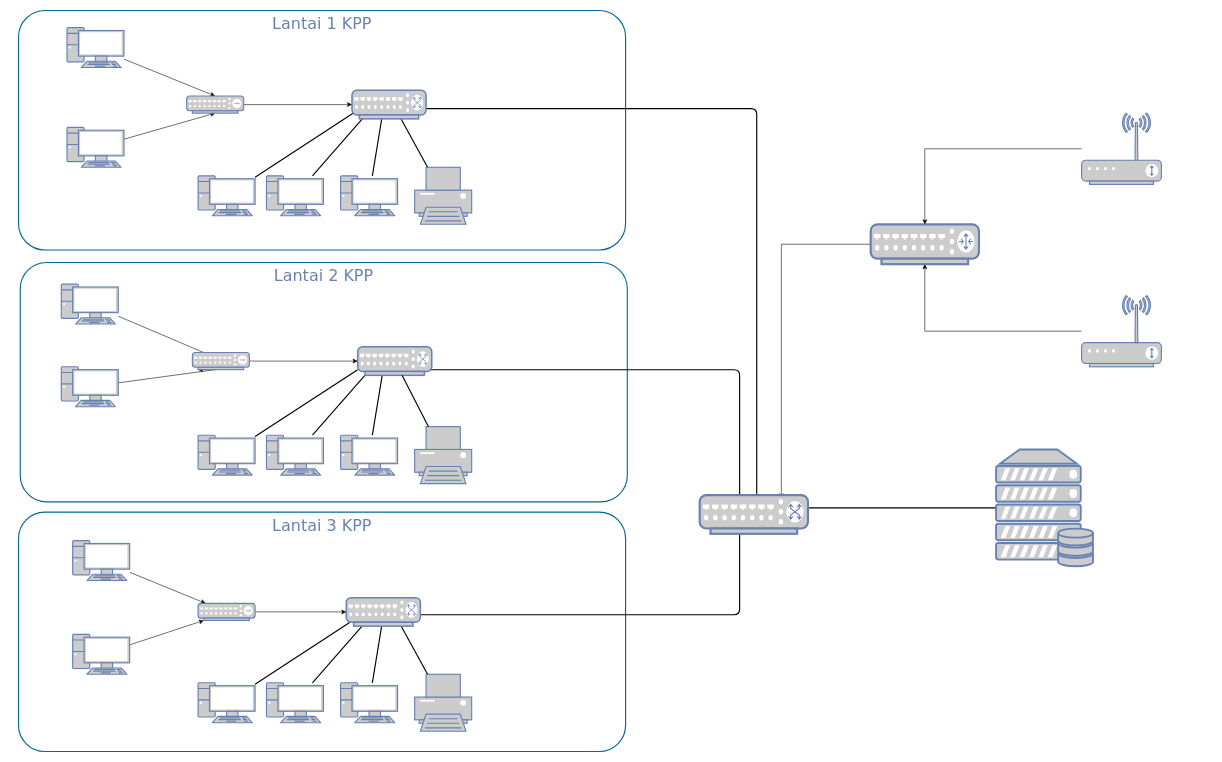
bochill/gites keeps this draw.io diagram as Untitled Diagram.drawio. Above is the earlier version. Source tidied: cells renumbered, new cells numbered last; positions are measured from the earlier drawing's top-left corner, leaving out a move shared by most shapes. Both pictures are drawn from the tidied source at 57%, with x=0, y=0 at pixel (18, 10).
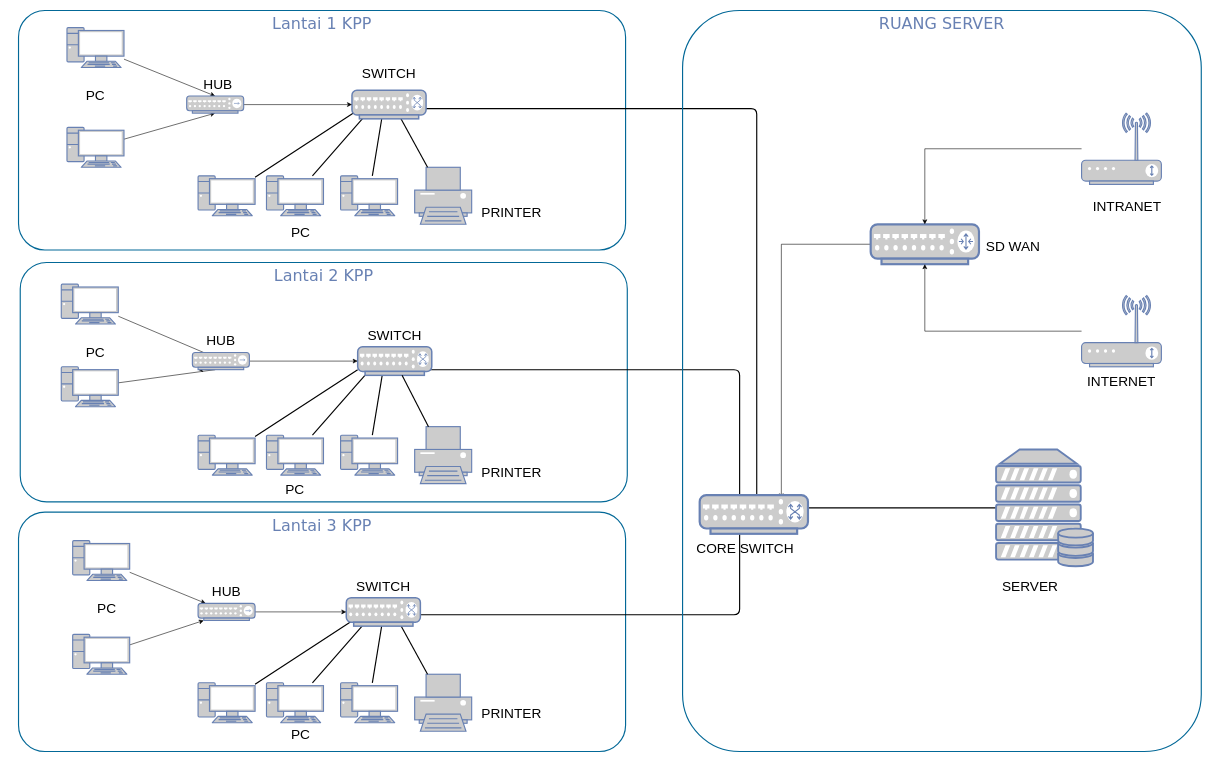
The same page after the edit.

Diff of the diagram source:
```diff
@@
+    <mxCell id="63" value="&lt;font style=&quot;font-size: 24px;&quot;&gt;CORE SWITCH&lt;/font&gt;" style="text;html=1;strokeColor=none;fillColor=none;align=center;verticalAlign=middle;whiteSpace=wrap;overflow=hidden;" parent="1" vertex="1">
+      <mxGeometry x="1125" y="909.4" width="300" height="70" as="geometry" />
+    </mxCell>
+    <mxCell id="64" value="&lt;font style=&quot;font-size: 24px;&quot;&gt;PRINTER&lt;/font&gt;" style="text;html=1;strokeColor=none;fillColor=none;align=center;verticalAlign=middle;whiteSpace=wrap;overflow=hidden;" parent="1" vertex="1">
+      <mxGeometry x="715" y="323.8" width="300" height="60.6" as="geometry" />
+    </mxCell>
+    <mxCell id="65" value="&lt;font style=&quot;font-size: 24px;&quot;&gt;SD WAN&lt;/font&gt;" style="text;html=1;strokeColor=none;fillColor=none;align=center;verticalAlign=middle;whiteSpace=wrap;overflow=hidden;" parent="1" vertex="1">
+      <mxGeometry x="1595" y="384.4" width="300" height="60.6" as="geometry" />
+    </mxCell>
+    <mxCell id="66" value="&lt;font style=&quot;font-size: 24px;&quot;&gt;INTRANET&lt;/font&gt;" style="text;html=1;strokeColor=none;fillColor=none;align=center;verticalAlign=middle;whiteSpace=wrap;overflow=hidden;" parent="1" vertex="1">
+      <mxGeometry x="1795" y="314.4" width="300" height="60.6" as="geometry" />
+    </mxCell>
+    <mxCell id="67" value="&lt;font style=&quot;font-size: 24px;&quot;&gt;INTERNET&lt;/font&gt;" style="text;html=1;strokeColor=none;fillColor=none;align=center;verticalAlign=middle;whiteSpace=wrap;overflow=hidden;" parent="1" vertex="1">
+      <mxGeometry x="1785" y="621.7" width="300" height="60.6" as="geometry" />
+    </mxCell>
+    <mxCell id="68" value="&lt;font style=&quot;font-size: 24px;&quot;&gt;SERVER&lt;/font&gt;" style="text;html=1;strokeColor=none;fillColor=none;align=center;verticalAlign=middle;whiteSpace=wrap;overflow=hidden;" parent="1" vertex="1">
+      <mxGeometry x="1625" y="979.4" width="300" height="60.6" as="geometry" />
+    </mxCell>
+    <mxCell id="69" value="&lt;font style=&quot;font-size: 24px;&quot;&gt;PC&lt;/font&gt;" style="text;html=1;strokeColor=none;fillColor=none;align=center;verticalAlign=middle;whiteSpace=wrap;overflow=hidden;" parent="1" vertex="1">
+      <mxGeometry x="345" y="360" width="300" height="60.6" as="geometry" />
+    </mxCell>
+    <mxCell id="70" value="&lt;font style=&quot;font-size: 24px;&quot;&gt;HUB&lt;/font&gt;" style="text;html=1;strokeColor=none;fillColor=none;align=center;verticalAlign=middle;whiteSpace=wrap;overflow=hidden;" parent="1" vertex="1">
+      <mxGeometry x="200" y="100" width="300" height="60.6" as="geometry" />
+    </mxCell>
+    <mxCell id="71" value="&lt;font style=&quot;font-size: 24px;&quot;&gt;SWITCH&lt;/font&gt;" style="text;html=1;strokeColor=none;fillColor=none;align=center;verticalAlign=middle;whiteSpace=wrap;overflow=hidden;" parent="1" vertex="1">
+      <mxGeometry x="510" y="539.4" width="300" height="60.6" as="geometry" />
+    </mxCell>
+    <mxCell id="72" value="&lt;font style=&quot;font-size: 24px;&quot;&gt;SWITCH&lt;/font&gt;" style="text;html=1;strokeColor=none;fillColor=none;align=center;verticalAlign=middle;whiteSpace=wrap;overflow=hidden;" parent="1" vertex="1">
+      <mxGeometry x="490" y="979.4" width="300" height="60.6" as="geometry" />
+    </mxCell>
+    <mxCell id="73" value="&lt;font style=&quot;font-size: 24px;&quot;&gt;SWITCH&lt;/font&gt;" style="text;html=1;strokeColor=none;fillColor=none;align=center;verticalAlign=middle;whiteSpace=wrap;overflow=hidden;" parent="1" vertex="1">
+      <mxGeometry x="500" y="79.4" width="300" height="60.6" as="geometry" />
+    </mxCell>
+    <mxCell id="74" value="&lt;font style=&quot;font-size: 24px;&quot;&gt;HUB&lt;/font&gt;" style="text;html=1;strokeColor=none;fillColor=none;align=center;verticalAlign=middle;whiteSpace=wrap;overflow=hidden;" parent="1" vertex="1">
+      <mxGeometry x="205" y="550" width="300" height="60.6" as="geometry" />
+    </mxCell>
+    <mxCell id="75" value="&lt;font style=&quot;font-size: 24px;&quot;&gt;HUB&lt;/font&gt;" style="text;html=1;strokeColor=none;fillColor=none;align=center;verticalAlign=middle;whiteSpace=wrap;overflow=hidden;" parent="1" vertex="1">
+      <mxGeometry x="215" y="990" width="300" height="60.6" as="geometry" />
+    </mxCell>
+    <mxCell id="76" value="&lt;font style=&quot;font-size: 24px;&quot;&gt;PC&lt;/font&gt;" style="text;html=1;strokeColor=none;fillColor=none;align=center;verticalAlign=middle;whiteSpace=wrap;overflow=hidden;" parent="1" vertex="1">
+      <mxGeometry x="-15" y="119.4" width="300" height="60.6" as="geometry" />
+    </mxCell>
+    <mxCell id="77" value="&lt;font style=&quot;font-size: 24px;&quot;&gt;PC&lt;/font&gt;" style="text;html=1;strokeColor=none;fillColor=none;align=center;verticalAlign=middle;whiteSpace=wrap;overflow=hidden;" parent="1" vertex="1">
+      <mxGeometry x="-15" y="569.4" width="300" height="60.6" as="geometry" />
+    </mxCell>
+    <mxCell id="78" value="&lt;font style=&quot;font-size: 24px;&quot;&gt;PC&lt;/font&gt;" style="text;html=1;strokeColor=none;fillColor=none;align=center;verticalAlign=middle;whiteSpace=wrap;overflow=hidden;" parent="1" vertex="1">
+      <mxGeometry x="5" y="1019.4" width="300" height="60.6" as="geometry" />
+    </mxCell>
+    <mxCell id="79" value="&lt;font style=&quot;font-size: 24px;&quot;&gt;PC&lt;/font&gt;" style="text;html=1;strokeColor=none;fillColor=none;align=center;verticalAlign=middle;whiteSpace=wrap;overflow=hidden;" parent="1" vertex="1">
+      <mxGeometry x="345" y="1239.4" width="300" height="60.6" as="geometry" />
+    </mxCell>
+    <mxCell id="80" value="&lt;font style=&quot;font-size: 24px;&quot;&gt;PC&lt;/font&gt;" style="text;html=1;strokeColor=none;fillColor=none;align=center;verticalAlign=middle;whiteSpace=wrap;overflow=hidden;" parent="1" vertex="1">
+      <mxGeometry x="335" y="810" width="300" height="60.6" as="geometry" />
+    </mxCell>
+    <mxCell id="81" value="&lt;font style=&quot;font-size: 24px;&quot;&gt;PRINTER&lt;/font&gt;" style="text;html=1;strokeColor=none;fillColor=none;align=center;verticalAlign=middle;whiteSpace=wrap;overflow=hidden;" parent="1" vertex="1">
+      <mxGeometry x="715" y="780" width="300" height="60.6" as="geometry" />
+    </mxCell>
+    <mxCell id="82" value="&lt;font style=&quot;font-size: 24px;&quot;&gt;PRINTER&lt;/font&gt;" style="text;html=1;strokeColor=none;fillColor=none;align=center;verticalAlign=middle;whiteSpace=wrap;overflow=hidden;" parent="1" vertex="1">
+      <mxGeometry x="715" y="1203.8" width="300" height="60.6" as="geometry" />
+    </mxCell>
+    <mxCell id="83" style="edgeStyle=none;rounded=0;orthogonalLoop=1;jettySize=auto;html=1;exitX=0.5;exitY=0;exitDx=0;exitDy=0;fontSize=24;" parent="1" edge="1" source="64" target="64">
+      <mxGeometry relative="1" as="geometry" />
+    </mxCell>
+    <mxCell id="84" value="RUANG SERVER" style="rounded=1;whiteSpace=wrap;html=1;shadow=0;comic=0;strokeColor=#036897;strokeWidth=2;fillColor=none;fontFamily=Verdana;fontSize=28;fontColor=#6881B3;align=center;arcSize=11;verticalAlign=top;" parent="1" vertex="1">
+      <mxGeometry x="1165" width="910" height="1300" as="geometry" />
+    </mxCell>
```
